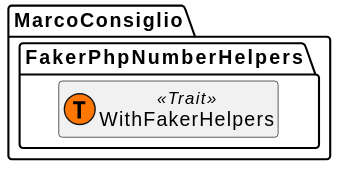
The PlantUML diagram docs/html/graphs/classes.svg in MarcoConsiglio/faker-php-number-helpers, before a commit.
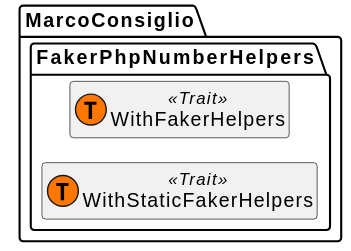
After the change.

Diff of the diagram source:
```diff
@@ -17,4 +17,8 @@
     class "WithFakerHelpers"  as WithFakerHelpers__trait << (T,#FF7700) Trait >> {
     }
 }
+namespace MarcoConsiglio\\FakerPhpNumberHelpers {
+    class "WithStaticFakerHelpers"  as WithStaticFakerHelpers__trait << (T,#FF7700) Trait >> {
+    }
+}
 @enduml
```
